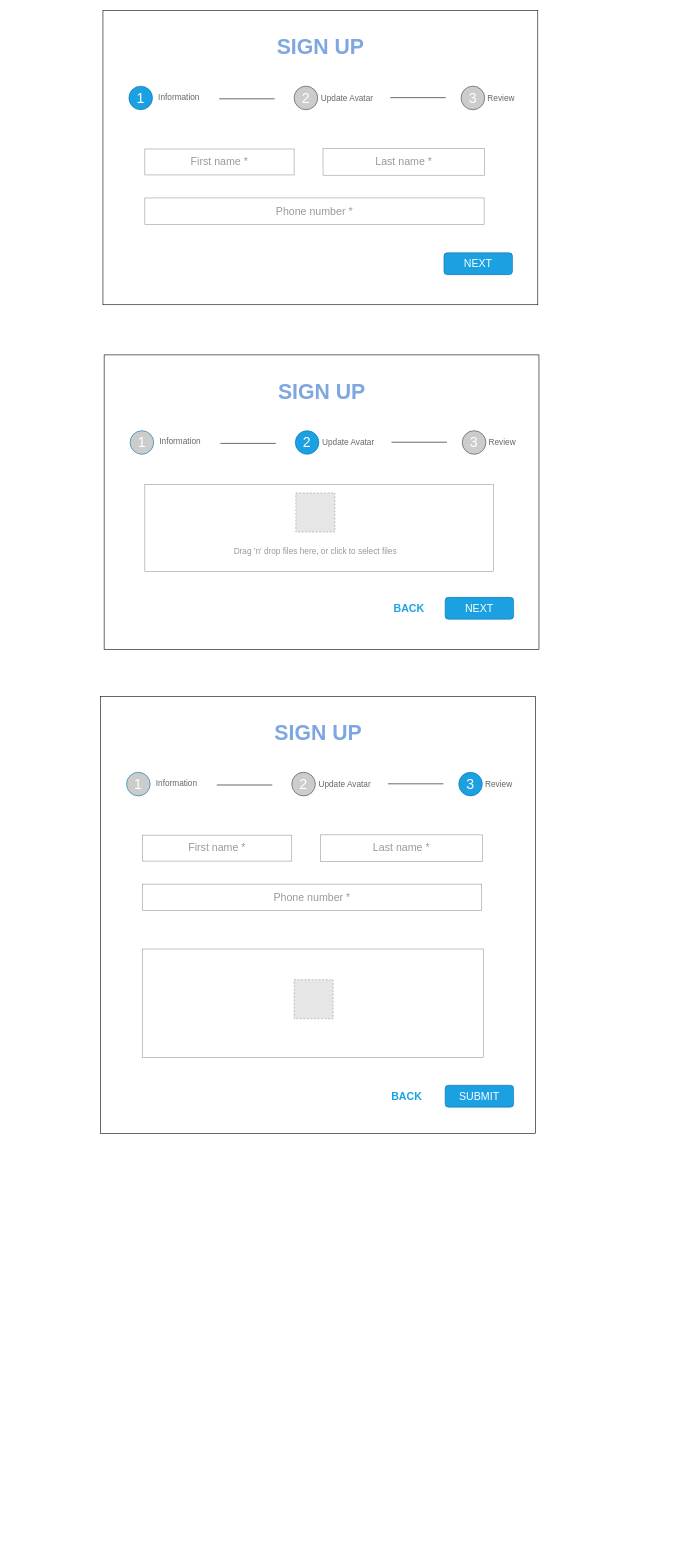
Above: mockup.drawio in binhstatic/rhf-multi-step (draw.io), before the change. Source tidied: cells renumbered, new cells numbered last; positions are measured from the earlier drawing's top-left corner, leaving out a move shared by most shapes. Both pictures are drawn from the tidied source at 59%, with x=0, y=0 at pixel (100, 10). Pictures stored in the file or linked from it are replaced by grey dashed boxes.
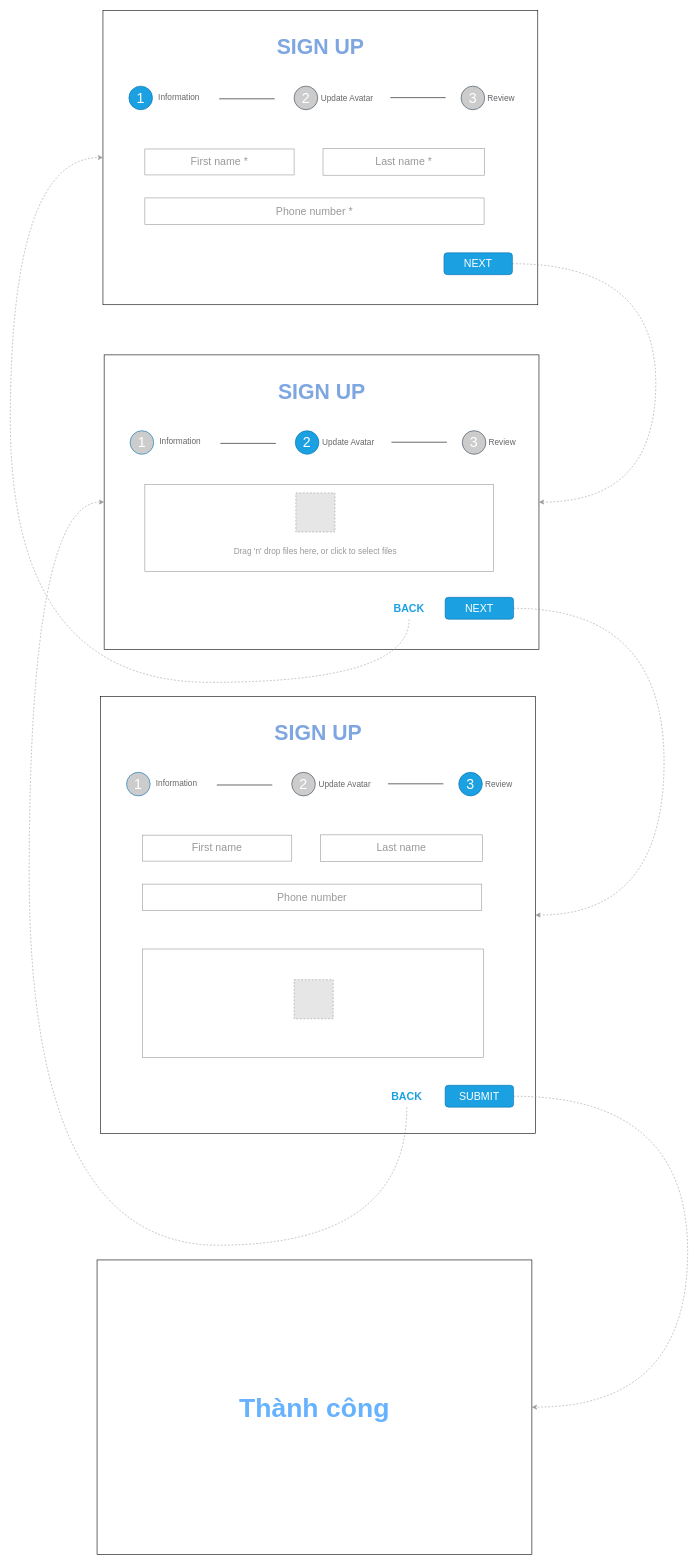
After the change.

Unchanged cells that the change refers to:
```xml
<mxCell id="2" style="rounded=0;whiteSpace=wrap;html=1;fontSize=24;" parent="1" vertex="1">
  <mxGeometry x="4" width="737" height="499" as="geometry" />
</mxCell>
<mxCell id="3" value="&lt;font color=&quot;#ffffff&quot; style=&quot;font-size: 18px;&quot;&gt;NEXT&lt;/font&gt;" style="rounded=1;whiteSpace=wrap;html=1;fillColor=#1ba1e2;strokeColor=#006EAF;fontColor=#ffffff;" parent="1" vertex="1">
  <mxGeometry x="582" y="411" width="116" height="37" as="geometry" />
</mxCell>
<mxCell id="16" style="rounded=0;whiteSpace=wrap;html=1;fontSize=24;" parent="1" vertex="1">
  <mxGeometry x="6" y="584" width="737" height="499" as="geometry" />
</mxCell>
<mxCell id="17" value="&lt;font color=&quot;#ffffff&quot; style=&quot;font-size: 18px;&quot;&gt;NEXT&lt;/font&gt;" style="rounded=1;whiteSpace=wrap;html=1;fillColor=#1ba1e2;strokeColor=#006EAF;fontColor=#ffffff;" parent="1" vertex="1">
  <mxGeometry x="584" y="995" width="116" height="37" as="geometry" />
</mxCell>
<mxCell id="28" style="rounded=0;whiteSpace=wrap;html=1;fontSize=24;" parent="1" vertex="1">
  <mxGeometry y="1163" width="737" height="741" as="geometry" />
</mxCell>
<mxCell id="29" value="&lt;font color=&quot;#ffffff&quot; style=&quot;font-size: 18px;&quot;&gt;SUBMIT&lt;/font&gt;" style="rounded=1;whiteSpace=wrap;html=1;fillColor=#1ba1e2;strokeColor=#006EAF;fontColor=#ffffff;" parent="1" vertex="1">
  <mxGeometry x="584" y="1822" width="116" height="37" as="geometry" />
</mxCell>
<mxCell id="45" value="&lt;font color=&quot;#1ba1e2&quot; style=&quot;font-size: 18px;&quot;&gt;&lt;b&gt;BACK&lt;/b&gt;&lt;/font&gt;" style="rounded=1;whiteSpace=wrap;html=1;strokeColor=none;gradientColor=none;" parent="1" vertex="1">
  <mxGeometry x="465" y="995" width="116" height="37" as="geometry" />
</mxCell>
<mxCell id="46" value="&lt;font color=&quot;#1ba1e2&quot; style=&quot;font-size: 18px;&quot;&gt;&lt;b&gt;BACK&lt;/b&gt;&lt;/font&gt;" style="rounded=1;whiteSpace=wrap;html=1;strokeColor=none;gradientColor=none;" parent="1" vertex="1">
  <mxGeometry x="461" y="1822" width="116" height="37" as="geometry" />
</mxCell>
```

Diff of the diagram source:
```diff
@@
+    <mxCell id="47" style="edgeStyle=orthogonalEdgeStyle;html=1;exitX=1;exitY=0.5;exitDx=0;exitDy=0;entryX=1;entryY=0.5;entryDx=0;entryDy=0;curved=1;dashed=1;strokeColor=#999999;" parent="1" edge="1" source="3" target="16">
+      <mxGeometry relative="1" as="geometry">
+        <Array as="points">
+          <mxPoint x="941" y="430" />
+          <mxPoint x="941" y="834" />
+        </Array>
+      </mxGeometry>
+    </mxCell>
@@
+    <mxCell id="48" style="edgeStyle=orthogonalEdgeStyle;curved=1;html=1;exitX=1;exitY=0.5;exitDx=0;exitDy=0;entryX=1;entryY=0.5;entryDx=0;entryDy=0;dashed=1;strokeColor=#999999;" parent="1" edge="1" source="17" target="28">
+      <mxGeometry relative="1" as="geometry">
+        <Array as="points">
+          <mxPoint x="955" y="1014" />
+          <mxPoint x="955" y="1534" />
+        </Array>
+      </mxGeometry>
+    </mxCell>
@@
+    <mxCell id="49" style="edgeStyle=orthogonalEdgeStyle;curved=1;html=1;exitX=1;exitY=0.5;exitDx=0;exitDy=0;entryX=1;entryY=0.5;entryDx=0;entryDy=0;dashed=1;strokeColor=#999999;" parent="1" edge="1" source="29" target="52">
+      <mxGeometry relative="1" as="geometry">
+        <Array as="points">
+          <mxPoint x="995" y="1841" />
+          <mxPoint x="995" y="2368" />
+        </Array>
+      </mxGeometry>
+    </mxCell>
@@
-    <mxCell id="34" value="&lt;font color=&quot;#999999&quot; style=&quot;font-size: 18px;&quot;&gt;First name *&lt;/font&gt;" style="rounded=0;whiteSpace=wrap;html=1;fontSize=14;fontColor=#000000;strokeColor=#999999;" parent="1" vertex="1">
+    <mxCell id="34" value="&lt;font color=&quot;#999999&quot; style=&quot;font-size: 18px&quot;&gt;First name&lt;/font&gt;" style="rounded=0;whiteSpace=wrap;html=1;fontSize=14;fontColor=#000000;strokeColor=#999999;" parent="1" vertex="1">
       <mxGeometry x="71" y="1398" width="253" height="44" as="geometry" />
     </mxCell>
-    <mxCell id="35" value="&lt;font color=&quot;#999999&quot; style=&quot;font-size: 18px;&quot;&gt;Last name *&lt;/font&gt;" style="rounded=0;whiteSpace=wrap;html=1;fontSize=14;fontColor=#000000;strokeColor=#999999;" parent="1" vertex="1">
+    <mxCell id="35" value="&lt;font color=&quot;#999999&quot; style=&quot;font-size: 18px&quot;&gt;Last name&lt;/font&gt;" style="rounded=0;whiteSpace=wrap;html=1;fontSize=14;fontColor=#000000;strokeColor=#999999;" parent="1" vertex="1">
       <mxGeometry x="373" y="1397.5" width="274" height="45" as="geometry" />
     </mxCell>
@@
-    <mxCell id="41" value="&lt;font color=&quot;#999999&quot; style=&quot;font-size: 18px;&quot;&gt;Phone number *&lt;/font&gt;" style="rounded=0;whiteSpace=wrap;html=1;fontSize=14;fontColor=#000000;strokeColor=#999999;" parent="1" vertex="1">
+    <mxCell id="41" value="&lt;font color=&quot;#999999&quot; style=&quot;font-size: 18px&quot;&gt;Phone number&lt;/font&gt;" style="rounded=0;whiteSpace=wrap;html=1;fontSize=14;fontColor=#000000;strokeColor=#999999;" parent="1" vertex="1">
       <mxGeometry x="71" y="1481" width="575" height="45" as="geometry" />
     </mxCell>
@@
+    <mxCell id="50" style="edgeStyle=orthogonalEdgeStyle;curved=1;html=1;exitX=0.5;exitY=1;exitDx=0;exitDy=0;entryX=0;entryY=0.5;entryDx=0;entryDy=0;dashed=1;strokeColor=#999999;" parent="1" edge="1" source="45" target="2">
+      <mxGeometry relative="1" as="geometry">
+        <Array as="points">
+          <mxPoint x="523" y="1139" />
+          <mxPoint x="-153" y="1139" />
+          <mxPoint x="-153" y="250" />
+        </Array>
+      </mxGeometry>
+    </mxCell>
@@
+    <mxCell id="51" style="edgeStyle=orthogonalEdgeStyle;curved=1;html=1;entryX=0;entryY=0.5;entryDx=0;entryDy=0;dashed=1;strokeColor=#999999;" parent="1" edge="1" source="46" target="16">
+      <mxGeometry relative="1" as="geometry">
+        <Array as="points">
+          <mxPoint x="519" y="2093" />
+          <mxPoint x="-121" y="2093" />
+          <mxPoint x="-121" y="834" />
+        </Array>
+      </mxGeometry>
+    </mxCell>
@@
+    <mxCell id="52" value="&lt;b&gt;&lt;font style=&quot;font-size: 45px&quot; color=&quot;#66b2ff&quot;&gt;Thành công&lt;/font&gt;&lt;/b&gt;" style="rounded=0;whiteSpace=wrap;html=1;fontSize=24;" parent="1" vertex="1">
+      <mxGeometry x="-6" y="2118" width="737" height="499" as="geometry" />
+    </mxCell>
```
